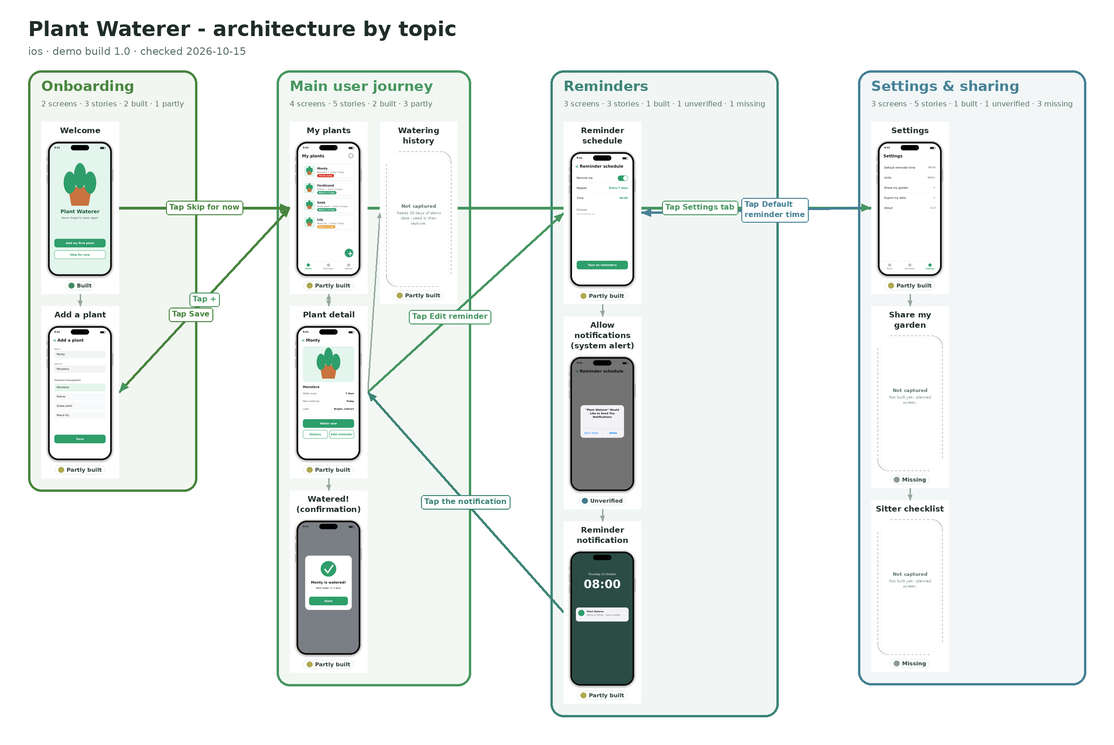
Above: examples/plant-waterer/generated/architecture.png in enjojoy/user-story-maps (Mermaid), before the change. Its source is kept beside it as examples/wikipedia-ios/generated/mermaid/architecture.mmd. Its diagram source:
```mermaid
%%{init: {"theme":"base","themeVariables":{"fontFamily":"Helvetica","fontSize":"16px","primaryColor":"#FFFFFF","primaryTextColor":"#202122","primaryBorderColor":"#3366CC","lineColor":"#3366CC","secondaryColor":"#F8F9FA","tertiaryColor":"#F0F2F4"}}}%%
flowchart LR
  subgraph n_sg_onboarding["Onboarding"]
    direction TB
    n_ob_intro["Onboarding - welcome<br/><i>Built</i>"]:::built
    n_ob_privacy["Onboarding - data and privacy<br/><i>Built</i>"]:::built
    n_ob_languages["Onboarding - languages<br/><i>Built</i>"]:::built
    n_ob_personalize["Onboarding - follow your curiosity<br/><i>Unverified</i>"]:::unverified
    n_ob_interests["Onboarding - interests<br/><i>Unverified</i>"]:::unverified
    n_ob_feed["Onboarding - feed preference<br/><i>Unverified</i>"]:::unverified
  end
  subgraph n_sg_access["Login & account access"]
    direction TB
    n_login["Log in form<br/><i>Unverified</i>"]:::unverified
    n_activity["Activity (logged out)<br/><i>Built</i>"]:::built
  end
  subgraph n_sg_journey["Main user journey"]
    direction TB
    n_home["Explore feed - Community<br/><i>Built</i>"]:::built
    n_home_foryou["Explore feed - For You<br/><i>Built</i>"]:::built
    n_article["Article<br/><i>Unverified</i>"]:::unverified
    n_article_toc["Article - table of contents<br/><i>Built</i>"]:::built
    n_article_theme["Article - reading themes<br/><i>Built</i>"]:::built
    n_article_overflow["Article - more menu<br/><i>Built</i>"]:::built
    n_article_find["Article - find in article<br/><i>Built</i>"]:::built
    n_article_languages["Article - change language<br/><i>Built</i>"]:::built
    n_image_gallery["Lead image viewer<br/><i>Unverified</i>"]:::unverified
  end
  subgraph n_sg_library["Content & library"]
    direction TB
    n_search["Search tab<br/><i>Built</i>"]:::built
    n_search_results["Search results<br/><i>Built</i>"]:::built
    n_saved["Saved (empty)<br/><i>Unverified</i>"]:::unverified
    n_tabs_overview["Article tabs overview<br/><i>Built</i>"]:::built
    n_places["Places map<br/><i>Unverified</i>"]:::unverified
  end
  subgraph n_sg_settings["Settings & account"]
    direction TB
    n_profile["Account menu<br/><i>Partly built</i>"]:::partly
    n_settings["Settings<br/><i>Unverified</i>"]:::unverified
    n_settings_languages["Settings - Wikipedia languages<br/><i>Built</i>"]:::built
    n_dark_home["Explore feed (dark)<br/><i>Built</i>"]:::built
    n_dark_search_results["Search results (dark)<br/><i>Built</i>"]:::built
    n_dark_article["Article (dark)<br/><i>Built</i>"]:::built
  end
  subgraph n_sg_payments["Donations"]
    direction TB
    n_donate["Donation page<br/><i>Partly built</i>"]:::partly
  end
  subgraph n_sg_support["Support & legal"]
    direction TB
    n_privacy_policy["Privacy policy<br/><i>Unverified</i>"]:::unverified
  end
  n_ob_intro --> n_ob_privacy
  n_ob_privacy --> n_ob_languages
  n_ob_languages --> n_ob_personalize
  n_ob_personalize --> n_ob_interests
  n_ob_interests --> n_ob_feed
  n_ob_feed ==>|"Tap Next (onboarding complete)"| n_home
  n_profile ==>|"Tap Log in / Join Wikipedia"| n_login
  n_activity -.-> n_login
  n_home --> n_home_foryou
  n_article --> n_article_toc
  n_article --> n_article_theme
  n_article --> n_article_overflow
  n_article --> n_article_find
  n_article --> n_article_languages
  n_article -.-> n_image_gallery
  n_home ==>|"Tap search and type a query"| n_search_results
  n_search --> n_search_results
  n_search_results ==>|"Tap a result"| n_article
  n_article -.->|"(Tap Save, then open Saved)"| n_saved
  n_article -.->|"(Tap Tabs)"| n_tabs_overview
  n_home ==>|"Tap the tabs button"| n_tabs_overview
  n_home -.->|"(Tap Places tab)"| n_places
  n_home -.->|"(Tap Activity tab)"| n_activity
  n_home ==>|"Tap the profile icon"| n_profile
  n_profile --> n_settings
  n_settings --> n_settings_languages
  n_settings -.->|"(Tap Privacy policy)"| n_privacy_policy
  n_profile ==>|"Tap Donate"| n_donate
  n_dark_home --> n_dark_search_results
  n_dark_search_results --> n_dark_article
  style n_sg_onboarding fill:#EEFAF4,stroke:#31C476,stroke-width:2px
  style n_sg_access fill:#EFFBFA,stroke:#3FCFC2,stroke-width:2px
  style n_sg_journey fill:#EEF6FA,stroke:#3190C4,stroke-width:2px
  style n_sg_library fill:#EFF1FB,stroke:#3F5CCF,stroke-width:2px
  style n_sg_settings fill:#F1EEFA,stroke:#5531C4,stroke-width:2px
  style n_sg_payments fill:#F7EFFB,stroke:#A23FCF,stroke-width:2px
  style n_sg_support fill:#FAEEF8,stroke:#C431B0,stroke-width:2px
  classDef built fill:#E3F7F3,stroke:#14866D,stroke-width:3px,color:#202122;
  classDef partly fill:#F7F2E3,stroke:#D9A300,stroke-width:3px,color:#202122;
  classDef unverified fill:#E3EAF7,stroke:#6B8FD6,stroke-width:2px,stroke-dasharray:4 3,color:#202122;
  classDef missing fill:#E3ECF7,stroke:#72777D,stroke-width:2px,stroke-dasharray:5 4,color:#202122;
  classDef portal fill:#E4DEF7,stroke:#5933CC,color:#202122;
```
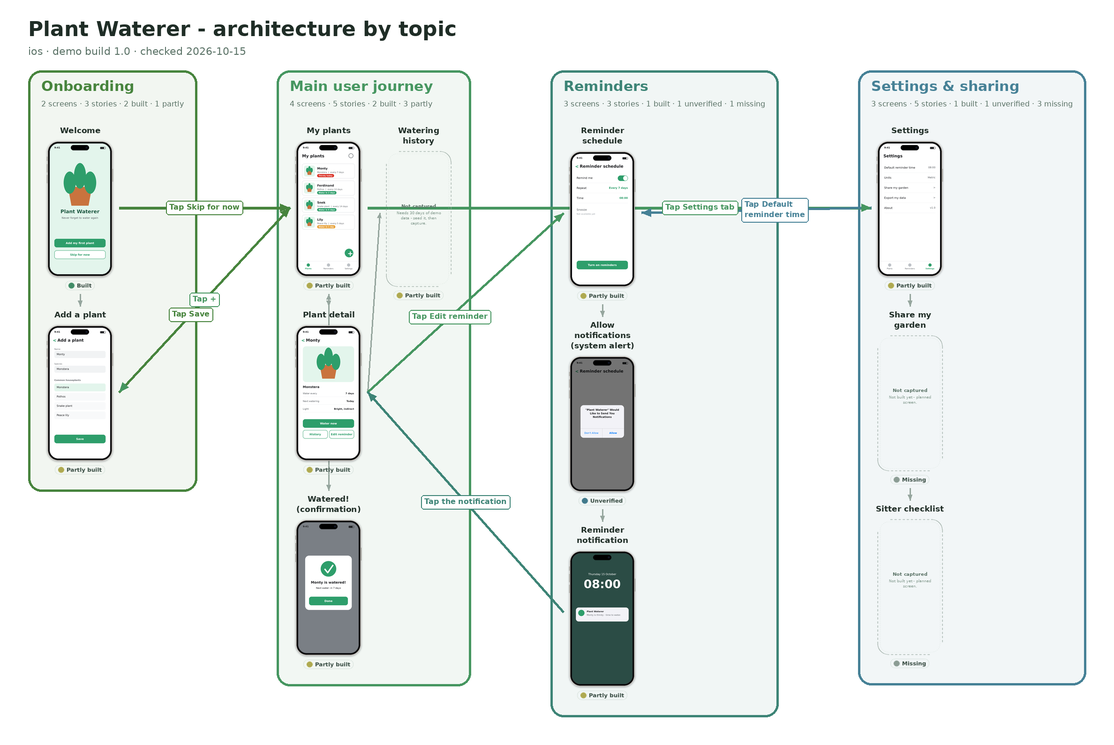
Above is the later version.

Diff of the diagram source:
```diff
@@ -1,4 +1,4 @@
-%%{init: {"theme":"base","themeVariables":{"fontFamily":"Helvetica","fontSize":"16px","primaryColor":"#FFFFFF","primaryTextColor":"#202122","primaryBorderColor":"#3366CC","lineColor":"#3366CC","secondaryColor":"#F8F9FA","tertiaryColor":"#F0F2F4"}}}%%
+%%{init: {"theme":"base","themeVariables":{"fontFamily":"Helvetica","fontSize":"16px","primaryColor":"#000000","primaryTextColor":"#EAECF0","primaryBorderColor":"#719DF4","lineColor":"#719DF4","secondaryColor":"#101418","tertiaryColor":"#1A1A1A"}}}%%
 flowchart LR
   subgraph n_sg_onboarding["Onboarding"]
     direction TB
@@ -11,20 +11,20 @@
   end
   subgraph n_sg_access["Login & account access"]
     direction TB
-    n_login["Log in form<br/><i>Unverified</i>"]:::unverified
+    n_login["Log in form<br/><i>Built</i>"]:::built
     n_activity["Activity (logged out)<br/><i>Built</i>"]:::built
   end
   subgraph n_sg_journey["Main user journey"]
     direction TB
-    n_home["Explore feed - Community<br/><i>Built</i>"]:::built
-    n_home_foryou["Explore feed - For You<br/><i>Built</i>"]:::built
+    n_home["Explore feed<br/><i>Built</i>"]:::built
+    n_foryou["Explore feed - For You<br/><i>Unverified</i>"]:::unverified
     n_article["Article<br/><i>Unverified</i>"]:::unverified
     n_article_toc["Article - table of contents<br/><i>Built</i>"]:::built
     n_article_theme["Article - reading themes<br/><i>Built</i>"]:::built
     n_article_overflow["Article - more menu<br/><i>Built</i>"]:::built
     n_article_find["Article - find in article<br/><i>Built</i>"]:::built
     n_article_languages["Article - change language<br/><i>Built</i>"]:::built
-    n_image_gallery["Lead image viewer<br/><i>Unverified</i>"]:::unverified
+    n_gallery["Lead image viewer<br/><i>Unverified</i>"]:::unverified
   end
   subgraph n_sg_library["Content & library"]
     direction TB
@@ -39,9 +39,6 @@
     n_profile["Account menu<br/><i>Partly built</i>"]:::partly
     n_settings["Settings<br/><i>Unverified</i>"]:::unverified
     n_settings_languages["Settings - Wikipedia languages<br/><i>Built</i>"]:::built
-    n_dark_home["Explore feed (dark)<br/><i>Built</i>"]:::built
-    n_dark_search_results["Search results (dark)<br/><i>Built</i>"]:::built
-    n_dark_article["Article (dark)<br/><i>Built</i>"]:::built
   end
   subgraph n_sg_payments["Donations"]
     direction TB
@@ -56,40 +53,37 @@
   n_ob_languages --> n_ob_personalize
   n_ob_personalize --> n_ob_interests
   n_ob_interests --> n_ob_feed
-  n_ob_feed ==>|"Tap Next (onboarding complete)"| n_home
+  n_ob_feed ==>|"Tap Next"| n_home
   n_profile ==>|"Tap Log in / Join Wikipedia"| n_login
-  n_activity -.-> n_login
-  n_home --> n_home_foryou
+  n_activity --> n_login
+  n_home --> n_foryou
+  n_home --> n_article
   n_article --> n_article_toc
   n_article --> n_article_theme
   n_article --> n_article_overflow
   n_article --> n_article_find
   n_article --> n_article_languages
-  n_article -.-> n_image_gallery
-  n_home ==>|"Tap search and type a query"| n_search_results
+  n_article --> n_gallery
   n_search --> n_search_results
   n_search_results ==>|"Tap a result"| n_article
-  n_article -.->|"(Tap Save, then open Saved)"| n_saved
-  n_article -.->|"(Tap Tabs)"| n_tabs_overview
-  n_home ==>|"Tap the tabs button"| n_tabs_overview
-  n_home -.->|"(Tap Places tab)"| n_places
-  n_home -.->|"(Tap Activity tab)"| n_activity
+  n_article ==>|"Tap Save, then open Saved"| n_saved
+  n_article ==>|"Tap Tabs"| n_tabs_overview
+  n_home ==>|"Tap Places tab"| n_places
+  n_home ==>|"Tap Activity tab"| n_activity
   n_home ==>|"Tap the profile icon"| n_profile
   n_profile --> n_settings
   n_settings --> n_settings_languages
-  n_settings -.->|"(Tap Privacy policy)"| n_privacy_policy
+  n_settings ==>|"Tap Privacy policy"| n_privacy_policy
   n_profile ==>|"Tap Donate"| n_donate
-  n_dark_home --> n_dark_search_results
-  n_dark_search_results --> n_dark_article
-  style n_sg_onboarding fill:#EEFAF4,stroke:#31C476,stroke-width:2px
-  style n_sg_access fill:#EFFBFA,stroke:#3FCFC2,stroke-width:2px
-  style n_sg_journey fill:#EEF6FA,stroke:#3190C4,stroke-width:2px
-  style n_sg_library fill:#EFF1FB,stroke:#3F5CCF,stroke-width:2px
-  style n_sg_settings fill:#F1EEFA,stroke:#5531C4,stroke-width:2px
-  style n_sg_payments fill:#F7EFFB,stroke:#A23FCF,stroke-width:2px
-  style n_sg_support fill:#FAEEF8,stroke:#C431B0,stroke-width:2px
-  classDef built fill:#E3F7F3,stroke:#14866D,stroke-width:3px,color:#202122;
-  classDef partly fill:#F7F2E3,stroke:#D9A300,stroke-width:3px,color:#202122;
-  classDef unverified fill:#E3EAF7,stroke:#6B8FD6,stroke-width:2px,stroke-dasharray:4 3,color:#202122;
-  classDef missing fill:#E3ECF7,stroke:#72777D,stroke-width:2px,stroke-dasharray:5 4,color:#202122;
-  classDef portal fill:#E4DEF7,stroke:#5933CC,color:#202122;
+  style n_sg_onboarding fill:#07120C,stroke:#5AE299,stroke-width:2px
+  style n_sg_access fill:#071211,stroke:#5AE2D6,stroke-width:2px
+  style n_sg_journey fill:#070E12,stroke:#5AB2E2,stroke-width:2px
+  style n_sg_library fill:#070912,stroke:#5A75E2,stroke-width:2px
+  style n_sg_settings fill:#090712,stroke:#7B5AE2,stroke-width:2px
+  style n_sg_payments fill:#0E0712,stroke:#B75AE2,stroke-width:2px
+  style n_sg_support fill:#120710,stroke:#E25AD0,stroke-width:2px
+  classDef built fill:#1B3731,stroke:#00AF89,stroke-width:3px,color:#EAECF0;
+  classDef partly fill:#37301B,stroke:#FFCC33,stroke-width:3px,color:#EAECF0;
+  classDef unverified fill:#1B2437,stroke:#6699FF,stroke-width:2px,stroke-dasharray:4 3,color:#EAECF0;
+  classDef missing fill:#1B2837,stroke:#A2A9B1,stroke-width:2px,stroke-dasharray:5 4,color:#EAECF0;
+  classDef portal fill:#1C0D4A,stroke:#9271F4,color:#EAECF0;
```
